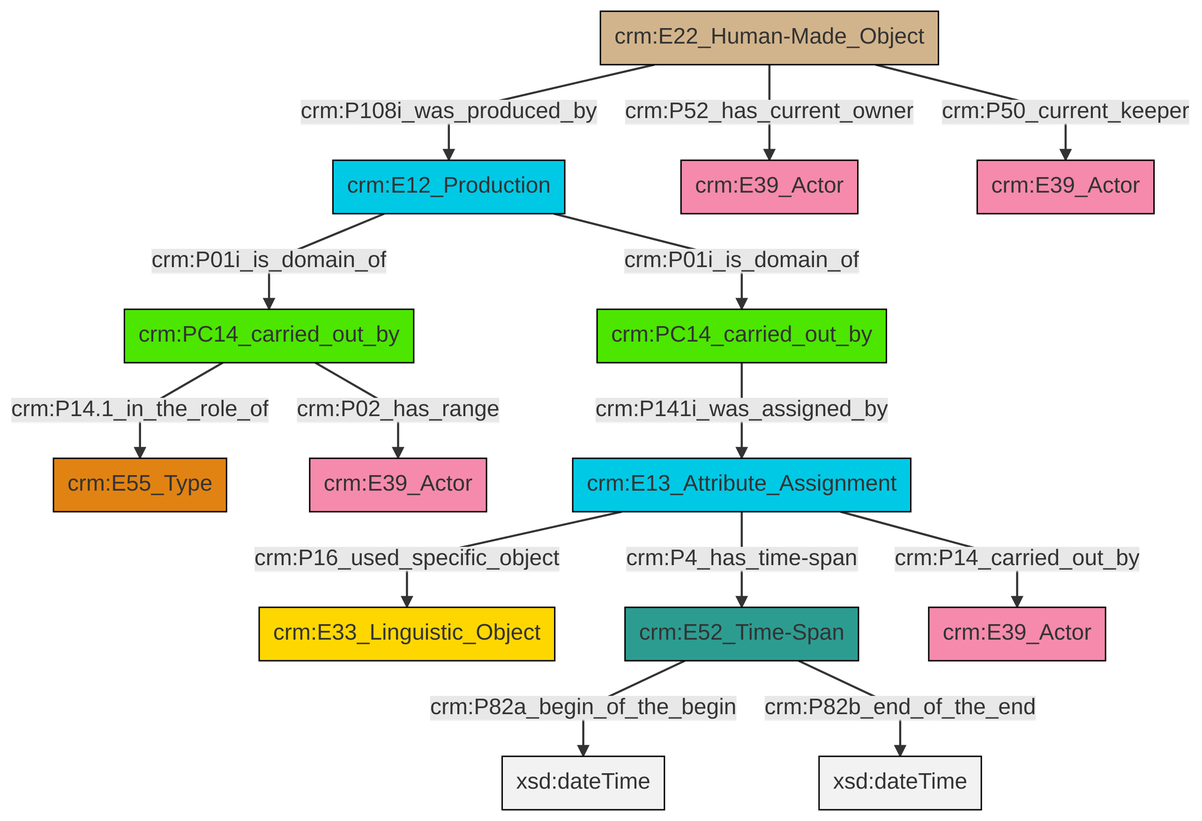
This is et/carrierCSV/ttl/mmd/png/carrier_relations.png from swiss-art-research-net/docs.swissartresearch, a Mermaid export, as it was before one commit. Its source is kept beside it as et/carrierCSV/ttl/mmd/carrier_relations.ttl.mmd.
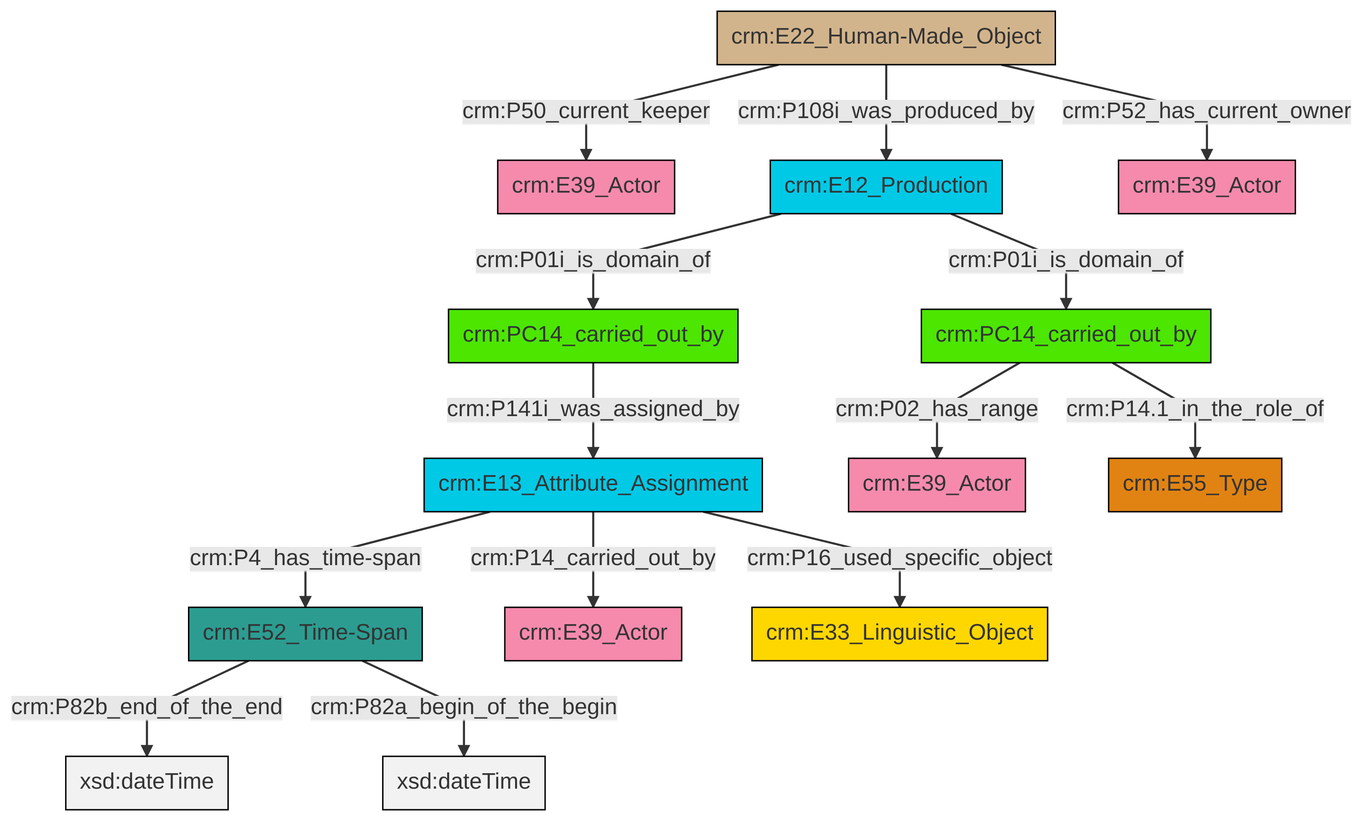
Later version of the same file.

The edit, as a diff of the source:
```diff
@@ -13,16 +13,16 @@
 classDef PC_Classes fill:#4ce600, stroke:#000000;
 classDef Multi fill:#cccccc,stroke:#000000;
 
-2["crm:E22_Human-Made_Object"]:::Physical_Thing -->|crm:P108i_was_produced_by| 3["crm:E12_Production"]:::Temporal_Entity
-2["crm:E22_Human-Made_Object"]:::Physical_Thing -->|crm:P52_has_current_owner| 11["crm:E39_Actor"]:::Actor
-12["crm:PC14_carried_out_by"]:::PC_Classes -->|crm:P141i_was_assigned_by| 9["crm:E13_Attribute_Assignment"]:::Temporal_Entity
-13["crm:E52_Time-Span"]:::Time-Span -->|crm:P82a_begin_of_the_begin| 14[xsd:dateTime]:::Literal
-9["crm:E13_Attribute_Assignment"]:::Temporal_Entity -->|crm:P16_used_specific_object| 0["crm:E33_Linguistic_Object"]:::Conceptual_Object
-9["crm:E13_Attribute_Assignment"]:::Temporal_Entity -->|crm:P14_carried_out_by| 15["crm:E39_Actor"]:::Actor
-2["crm:E22_Human-Made_Object"]:::Physical_Thing -->|crm:P50_current_keeper| 16["crm:E39_Actor"]:::Actor
-19["crm:PC14_carried_out_by"]:::PC_Classes -->|crm:P14.1_in_the_role_of| 5["crm:E55_Type"]:::Type
-13["crm:E52_Time-Span"]:::Time-Span -->|crm:P82b_end_of_the_end| 20[xsd:dateTime]:::Literal
-3["crm:E12_Production"]:::Temporal_Entity -->|crm:P01i_is_domain_of| 19["crm:PC14_carried_out_by"]:::PC_Classes
-9["crm:E13_Attribute_Assignment"]:::Temporal_Entity -->|crm:P4_has_time-span| 13["crm:E52_Time-Span"]:::Time-Span
-3["crm:E12_Production"]:::Temporal_Entity -->|crm:P01i_is_domain_of| 12["crm:PC14_carried_out_by"]:::PC_Classes
-19["crm:PC14_carried_out_by"]:::PC_Classes -->|crm:P02_has_range| 7["crm:E39_Actor"]:::Actor
+0["crm:E22_Human-Made_Object"]:::Physical_Thing -->|crm:P108i_was_produced_by| 8["crm:E12_Production"]:::Temporal_Entity
+9["crm:E52_Time-Span"]:::Time-Span -->|crm:P82b_end_of_the_end| 10[xsd:dateTime]:::Literal
+9["crm:E52_Time-Span"]:::Time-Span -->|crm:P82a_begin_of_the_begin| 13[xsd:dateTime]:::Literal
+16["crm:E13_Attribute_Assignment"]:::Temporal_Entity -->|crm:P4_has_time-span| 9["crm:E52_Time-Span"]:::Time-Span
+6["crm:PC14_carried_out_by"]:::PC_Classes -->|crm:P02_has_range| 17["crm:E39_Actor"]:::Actor
+16["crm:E13_Attribute_Assignment"]:::Temporal_Entity -->|crm:P14_carried_out_by| 11["crm:E39_Actor"]:::Actor
+8["crm:E12_Production"]:::Temporal_Entity -->|crm:P01i_is_domain_of| 6["crm:PC14_carried_out_by"]:::PC_Classes
+6["crm:PC14_carried_out_by"]:::PC_Classes -->|crm:P14.1_in_the_role_of| 22["crm:E55_Type"]:::Type
+16["crm:E13_Attribute_Assignment"]:::Temporal_Entity -->|crm:P16_used_specific_object| 18["crm:E33_Linguistic_Object"]:::Conceptual_Object
+0["crm:E22_Human-Made_Object"]:::Physical_Thing -->|crm:P50_current_keeper| 4["crm:E39_Actor"]:::Actor
+0["crm:E22_Human-Made_Object"]:::Physical_Thing -->|crm:P52_has_current_owner| 14["crm:E39_Actor"]:::Actor
+2["crm:PC14_carried_out_by"]:::PC_Classes -->|crm:P141i_was_assigned_by| 16["crm:E13_Attribute_Assignment"]:::Temporal_Entity
+8["crm:E12_Production"]:::Temporal_Entity -->|crm:P01i_is_domain_of| 2["crm:PC14_carried_out_by"]:::PC_Classes
```
